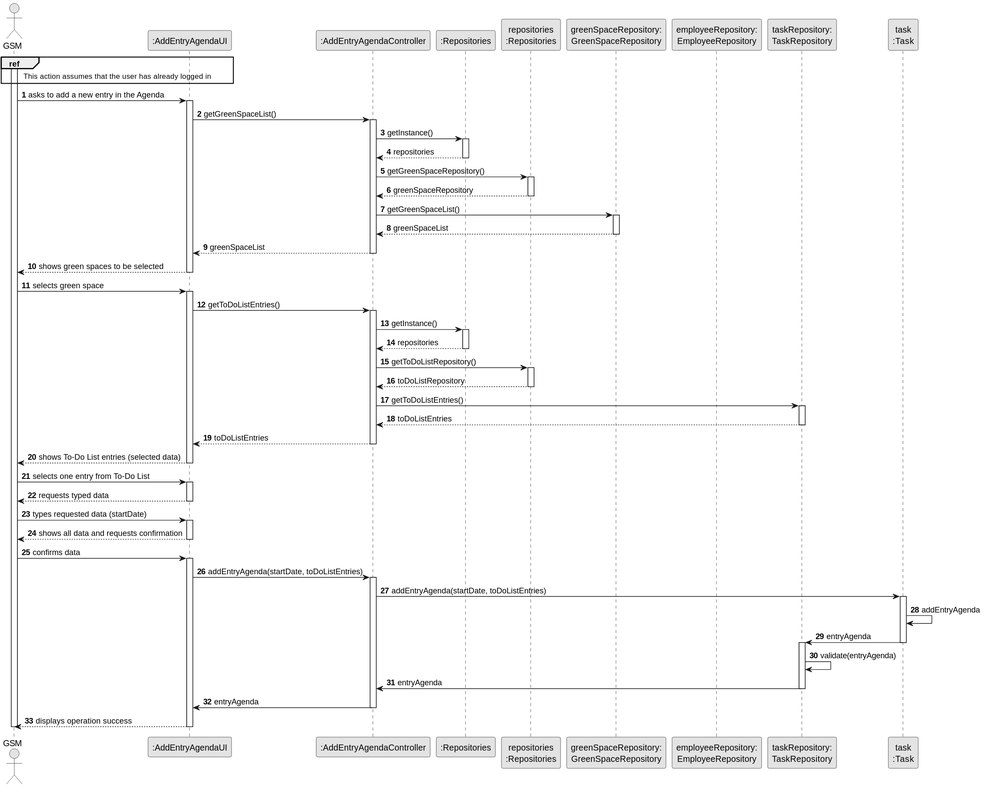
The PlantUML diagram docs/sprintC/US022/03.design/svg/us22-sequence-diagram-full.svg in LopemigueISEP/lei-24-s2-1nb-g312, before a commit.
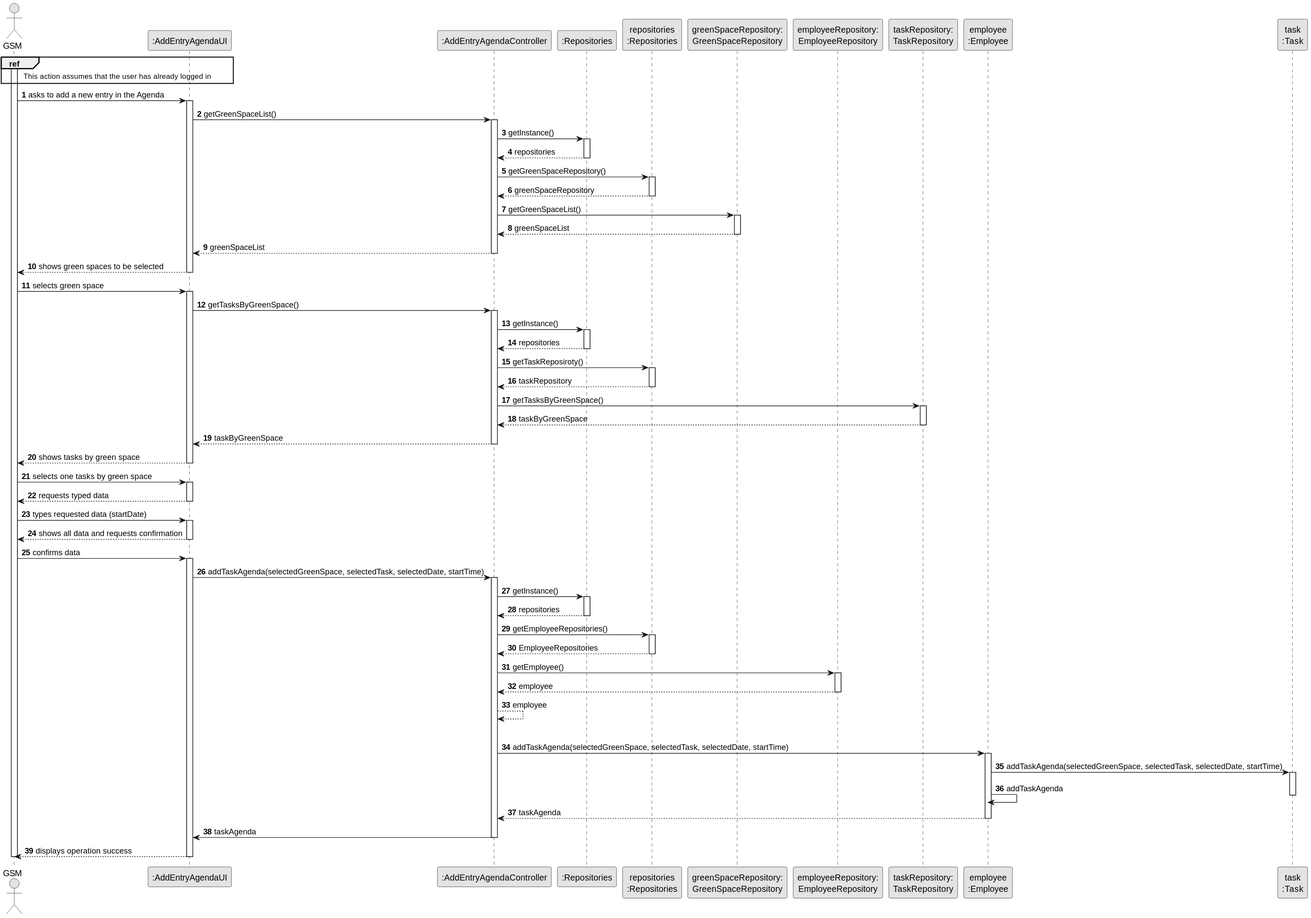
After the change.

What changed in the source:
```diff
@@ -11,8 +11,10 @@
 participant ":Repositories" as RepositorySingleton
 participant "repositories\n:Repositories" as PLAT
 participant "greenSpaceRepository:\nGreenSpaceRepository" as GreenSpaceRepository
-participant "employeeRepository:\nEmployeeRepository" as EmployeeRepository
+participant "employeeRepository:\nEmployeeRepository" as EMPLREP
 participant "taskRepository:\nTaskRepository" as TaskRepository
+
+participant "employee\n:Employee" as EMP
 participant "task\n:Task" as TAREFA
 
 activate ADM
@@ -52,7 +54,7 @@
     ADM -> UI : selects green space
     activate UI
 
-UI -> CTRL : getToDoListEntries()
+UI -> CTRL : getTasksByGreenSpace()
             activate CTRL
 
                 CTRL -> RepositorySingleton : getInstance()
@@ -61,25 +63,25 @@
                     RepositorySingleton --> CTRL: repositories
                 deactivate RepositorySingleton
 
-                CTRL -> PLAT : getToDoListRepository()
+                CTRL -> PLAT : getTaskReposiroty()
                 activate PLAT
 
-                    PLAT --> CTRL: toDoListRepository
+                    PLAT --> CTRL: taskRepository
                 deactivate PLAT
 
-                CTRL -> TaskRepository : getToDoListEntries()
+                CTRL -> TaskRepository : getTasksByGreenSpace()
                 activate TaskRepository
 
-                    TaskRepository --> CTRL : toDoListEntries
+                    TaskRepository --> CTRL : taskByGreenSpace
                 deactivate TaskRepository
 
-                CTRL --> UI : toDoListEntries
+                CTRL --> UI : taskByGreenSpace
             deactivate CTRL
 
-            UI --> ADM : shows To-Do List entries (selected data)
+            UI --> ADM : shows tasks by green space
         deactivate UI
 
-    ADM -> UI : selects one entry from To-Do List
+    ADM -> UI : selects one tasks by green space
     activate UI
 
         UI --> ADM : requests typed data
@@ -94,23 +96,48 @@
     ADM -> UI : confirms data
     activate UI
 
-        UI -> CTRL : addEntryAgenda(startDate, toDoListEntries)
-        activate CTRL
+        UI -> CTRL : addTaskAgenda(selectedGreenSpace, selectedTask, selectedDate, startTime)
+       activate CTRL
+                       CTRL -> RepositorySingleton : getInstance()
+                       activate RepositorySingleton
+
+                       RepositorySingleton --> CTRL : repositories
+                       deactivate RepositorySingleton
+
+                       CTRL -> PLAT : getEmployeeRepositories()
+                       activate PLAT
 
 
-            CTRL -> TAREFA: addEntryAgenda(startDate, toDoListEntries)
+                       PLAT --> CTRL : EmployeeRepositories
+                       deactivate PLAT
+
+
+                       CTRL -> EMPLREP: getEmployee()
+                       activate EMPLREP
+                       EMPLREP -->CTRL: employee
+                       deactivate EMPLREP
+
+                   CTRL-->CTRL: employee
+
+                   |||
+
+                               CTRL -> EMP : addTaskAgenda(selectedGreenSpace, selectedTask, selectedDate, startTime)
+                               activate EMP
+
+         EMP -> TAREFA: addTaskAgenda(selectedGreenSpace, selectedTask, selectedDate, startTime)
             activate TAREFA
 
 
-                TAREFA -> TAREFA : addEntryAgenda
+                EMP -> EMP : addTaskAgenda
 
-                TAREFA -> TaskRepository : entryAgenda
                 deactivate TAREFA
-                activate TaskRepository
-                TaskRepository -> TaskRepository : validate(entryAgenda)
-                TaskRepository -> CTRL : entryAgenda
-                deactivate TaskRepository
-                CTRL -> UI : entryAgenda
+
+            EMP --> CTRL: taskAgenda
+            deactivate EMP
+
+
+
+                CTRL -> UI : taskAgenda
                 deactivate CTRL
             UI --> ADM: displays operation success
     deactivate UI
```
